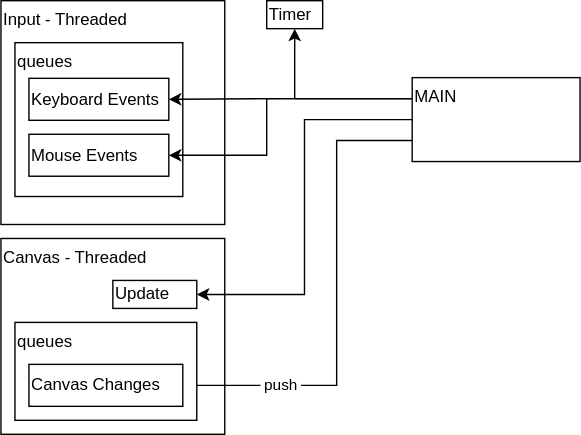
Before: docs/hld.svg, a diagram exported from draw.io (ceccopierangiolieugenio/pyTermTk). Source tidied: cells renumbered, new cells last; positions are measured from the earlier drawing's top-left corner, leaving out a move shared by most shapes.
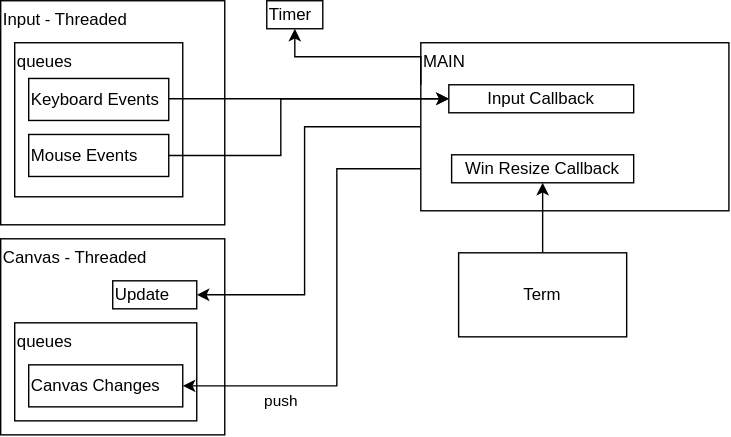
Later version of the same file.

Commit message:
Added Basic Input and Terminal

Change to the diagram source:
```diff
@@ -2,6 +2,9 @@
   <root>
     <mxCell id="0" />
     <mxCell id="1" parent="0" />
+    <mxCell id="13" value="MAIN" style="rounded=0;whiteSpace=wrap;html=1;align=left;verticalAlign=top;" parent="1" vertex="1">
+      <mxGeometry x="300" y="30" width="220" height="120" as="geometry" />
+    </mxCell>
     <mxCell id="2" value="Canvas - Threaded" style="rounded=0;whiteSpace=wrap;html=1;align=left;verticalAlign=top;" parent="1" vertex="1">
       <mxGeometry y="170" width="160" height="140" as="geometry" />
     </mxCell>
@@ -11,54 +14,42 @@
     <mxCell id="4" value="queues" style="rounded=0;whiteSpace=wrap;html=1;align=left;verticalAlign=top;" parent="1" vertex="1">
       <mxGeometry x="10" y="30" width="120" height="110" as="geometry" />
     </mxCell>
+    <mxCell id="18" style="edgeStyle=orthogonalEdgeStyle;rounded=0;jettySize=auto;html=1;entryX=0;entryY=0.5;entryDx=0;entryDy=0;" parent="1" edge="1" source="5" target="22">
+      <mxGeometry relative="1" as="geometry">
+        <Array as="points">
+          <mxPoint x="200" y="111" />
+          <mxPoint x="200" y="70" />
+        </Array>
+      </mxGeometry>
+    </mxCell>
     <mxCell id="5" value="Mouse Events" style="rounded=0;whiteSpace=wrap;html=1;align=left;" parent="1" vertex="1">
       <mxGeometry x="20" y="95.5" width="100" height="30" as="geometry" />
     </mxCell>
+    <mxCell id="19" style="edgeStyle=orthogonalEdgeStyle;rounded=0;jettySize=auto;html=1;entryX=0;entryY=0.5;entryDx=0;entryDy=0;" parent="1" edge="1" source="6" target="22">
+      <mxGeometry relative="1" as="geometry">
+        <Array as="points">
+          <mxPoint x="220" y="71" />
+        </Array>
+      </mxGeometry>
+    </mxCell>
     <mxCell id="6" value="Keyboard Events" style="rounded=0;whiteSpace=wrap;html=1;align=left;" parent="1" vertex="1">
       <mxGeometry x="20" y="55.5" width="100" height="30" as="geometry" />
     </mxCell>
-    <mxCell id="7" style="edgeStyle=orthogonalEdgeStyle;rounded=0;jettySize=auto;html=1;entryX=1;entryY=0.5;entryDx=0;entryDy=0;exitX=0;exitY=0.25;exitDx=0;exitDy=0;" parent="1" edge="1" source="13" target="6">
-      <mxGeometry relative="1" as="geometry" />
-    </mxCell>
-    <mxCell id="8" style="edgeStyle=orthogonalEdgeStyle;rounded=0;jettySize=auto;html=1;entryX=1;entryY=0.5;entryDx=0;entryDy=0;exitX=0;exitY=0.25;exitDx=0;exitDy=0;" parent="1" edge="1" source="13" target="5">
-      <mxGeometry relative="1" as="geometry">
-        <Array as="points">
-          <mxPoint x="190" y="70" />
-          <mxPoint x="190" y="111" />
-        </Array>
-      </mxGeometry>
-    </mxCell>
     <mxCell id="9" style="edgeStyle=orthogonalEdgeStyle;rounded=0;jettySize=auto;html=1;exitX=0;exitY=0.25;exitDx=0;exitDy=0;" parent="1" edge="1" source="13" target="14">
       <mxGeometry relative="1" as="geometry">
         <Array as="points">
-          <mxPoint x="210" y="70" />
+          <mxPoint x="210" y="40" />
         </Array>
       </mxGeometry>
     </mxCell>
-    <mxCell id="10" style="edgeStyle=orthogonalEdgeStyle;rounded=0;jettySize=auto;html=1;exitX=0;exitY=0.5;exitDx=0;exitDy=0;entryX=1;entryY=0.5;entryDx=0;entryDy=0;" parent="1" edge="1" source="13" target="15">
+    <mxCell id="10" style="edgeStyle=orthogonalEdgeStyle;rounded=0;jettySize=auto;html=1;entryX=1;entryY=0.5;entryDx=0;entryDy=0;exitX=0;exitY=0.5;exitDx=0;exitDy=0;" parent="1" edge="1" source="13" target="15">
       <mxGeometry relative="1" as="geometry">
         <Array as="points">
-          <mxPoint x="217" y="85" />
+          <mxPoint x="217" y="90" />
           <mxPoint x="217" y="210" />
         </Array>
       </mxGeometry>
     </mxCell>
-    <mxCell id="11" style="edgeStyle=orthogonalEdgeStyle;rounded=0;jettySize=auto;html=1;exitX=0;exitY=0.75;exitDx=0;exitDy=0;entryX=1;entryY=0.5;entryDx=0;entryDy=0;" parent="1" edge="1" source="13" target="17">
-      <mxGeometry relative="1" as="geometry">
-        <Array as="points">
-          <mxPoint x="240" y="100" />
-          <mxPoint x="240" y="275" />
-        </Array>
-      </mxGeometry>
-    </mxCell>
-    <mxCell id="12" value="&amp;nbsp;push&amp;nbsp;" style="edgeLabel;html=1;align=center;verticalAlign=middle;" parent="11" vertex="1">
-      <mxGeometry x="-0.59" y="-1" relative="1" as="geometry">
-        <mxPoint x="-39" y="159" as="offset" />
-      </mxGeometry>
-    </mxCell>
-    <mxCell id="13" value="MAIN" style="rounded=0;whiteSpace=wrap;html=1;align=left;verticalAlign=top;" parent="1" vertex="1">
-      <mxGeometry x="294" y="55" width="120" height="60" as="geometry" />
-    </mxCell>
     <mxCell id="14" value="Timer" style="rounded=0;whiteSpace=wrap;html=1;align=left;" parent="1" vertex="1">
       <mxGeometry x="190" width="40" height="20" as="geometry" />
     </mxCell>
@@ -71,5 +62,30 @@
     <mxCell id="17" value="Canvas Changes" style="rounded=0;whiteSpace=wrap;html=1;align=left;" parent="1" vertex="1">
       <mxGeometry x="20" y="260" width="110" height="30" as="geometry" />
     </mxCell>
+    <mxCell id="11" style="edgeStyle=orthogonalEdgeStyle;rounded=0;jettySize=auto;html=1;entryX=1;entryY=0.5;entryDx=0;entryDy=0;exitX=0;exitY=0.75;exitDx=0;exitDy=0;" parent="1" edge="1" source="13" target="17">
+      <mxGeometry relative="1" as="geometry">
+        <Array as="points">
+          <mxPoint x="240" y="120" />
+          <mxPoint x="240" y="275" />
+        </Array>
+      </mxGeometry>
+    </mxCell>
+    <mxCell id="12" value="&amp;nbsp;push&amp;nbsp;" style="edgeLabel;html=1;align=center;verticalAlign=middle;" parent="11" vertex="1">
+      <mxGeometry x="-0.59" y="-1" relative="1" as="geometry">
+        <mxPoint x="-39" y="159" as="offset" />
+      </mxGeometry>
+    </mxCell>
+    <mxCell id="20" style="edgeStyle=orthogonalEdgeStyle;rounded=0;jettySize=auto;html=1;" parent="1" edge="1" source="21" target="23">
+      <mxGeometry relative="1" as="geometry" />
+    </mxCell>
+    <mxCell id="21" value="Term" style="rounded=0;whiteSpace=wrap;html=1;" parent="1" vertex="1">
+      <mxGeometry x="327" y="180" width="120" height="60" as="geometry" />
+    </mxCell>
+    <mxCell id="22" value="Input Callback" style="rounded=0;whiteSpace=wrap;html=1;" parent="1" vertex="1">
+      <mxGeometry x="320" y="60" width="132" height="20" as="geometry" />
+    </mxCell>
+    <mxCell id="23" value="Win Resize Callback" style="rounded=0;whiteSpace=wrap;html=1;" parent="1" vertex="1">
+      <mxGeometry x="322" y="110" width="130" height="20" as="geometry" />
+    </mxCell>
   </root>
 </mxGraphModel>
```
